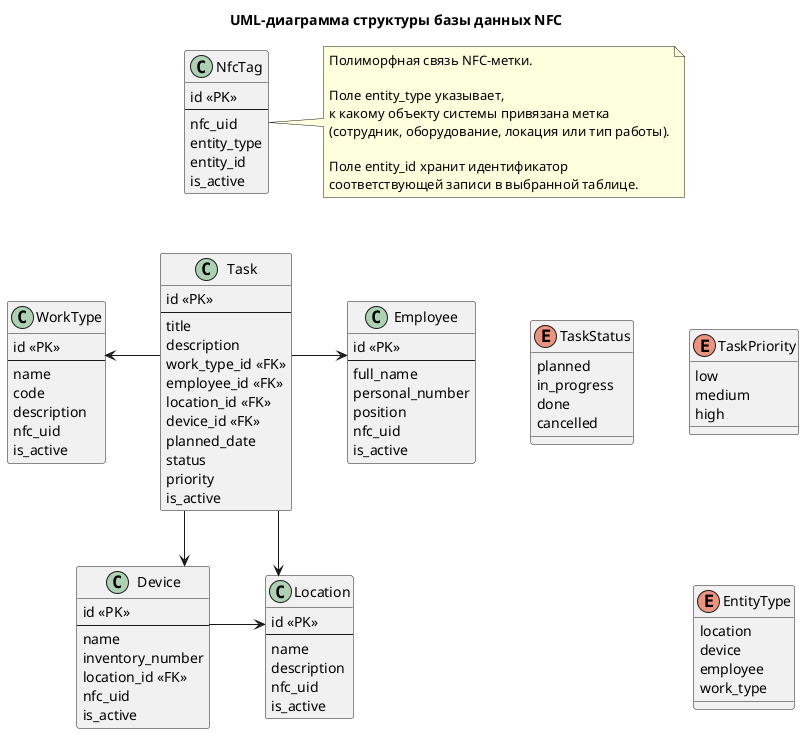
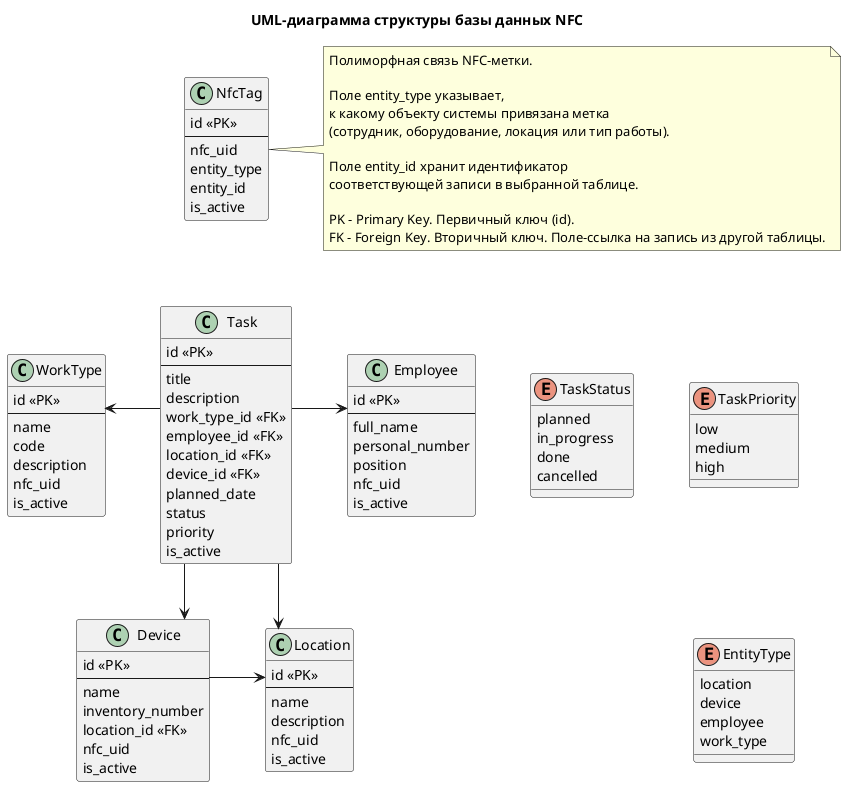
@startuml
title UML-диаграмма структуры базы данных NFC

top to bottom direction

skinparam classAttributeIconSize 0
skinparam linetype ortho
skinparam nodesep 55
skinparam ranksep 55

class NfcTag {
    id <<PK>>
    --
    nfc_uid
    entity_type
    entity_id
    is_active
}

class WorkType {
    id <<PK>>
    --
    name
    code
    description
    nfc_uid
    is_active
}

class Employee {
    id <<PK>>
    --
    full_name
    personal_number
    position
    nfc_uid
    is_active
}

class Task {
    id <<PK>>
    --
    title
    description
    work_type_id <<FK>>
    employee_id <<FK>>
    location_id <<FK>>
    device_id <<FK>>
    planned_date
    status
    priority
    is_active
}

class Device {
    id <<PK>>
    --
    name
    inventory_number
    location_id <<FK>>
    nfc_uid
    is_active
}

class Location {
    id <<PK>>
    --
    name
    description
    nfc_uid
    is_active
}

enum TaskStatus {
    planned
    in_progress
    done
    cancelled
}

enum TaskPriority {
    low
    medium
    high
}

enum EntityType {
    location
    device
    employee
    work_type
}

Task -left-> WorkType
Task -right-> Employee
Task -down-> Device
Task -down-> Location

Device -right-> Location

note right of NfcTag
  Полиморфная связь NFC-метки.

  Поле entity_type указывает,
  к какому объекту системы привязана метка
  (сотрудник, оборудование, локация или тип работы).

  Поле entity_id хранит идентификатор
  соответствующей записи в выбранной таблице.
+ 
+   PK - Primary Key. Первичный ключ (id).
+   FK - Foreign Key. Вторичный ключ. Поле-ссылка на запись из другой таблицы.
end note

WorkType -[hidden]right-> Task
Task -[hidden]right-> Employee

Device -[hidden]right-> Location

NfcTag -[hidden]down-> Task
WorkType -[hidden]down-> Device
Employee -[hidden]down-> Location

TaskStatus -[hidden]right-> TaskPriority
TaskPriority -[hidden]down-> EntityType

Employee -[hidden]right-> TaskStatus

@enduml